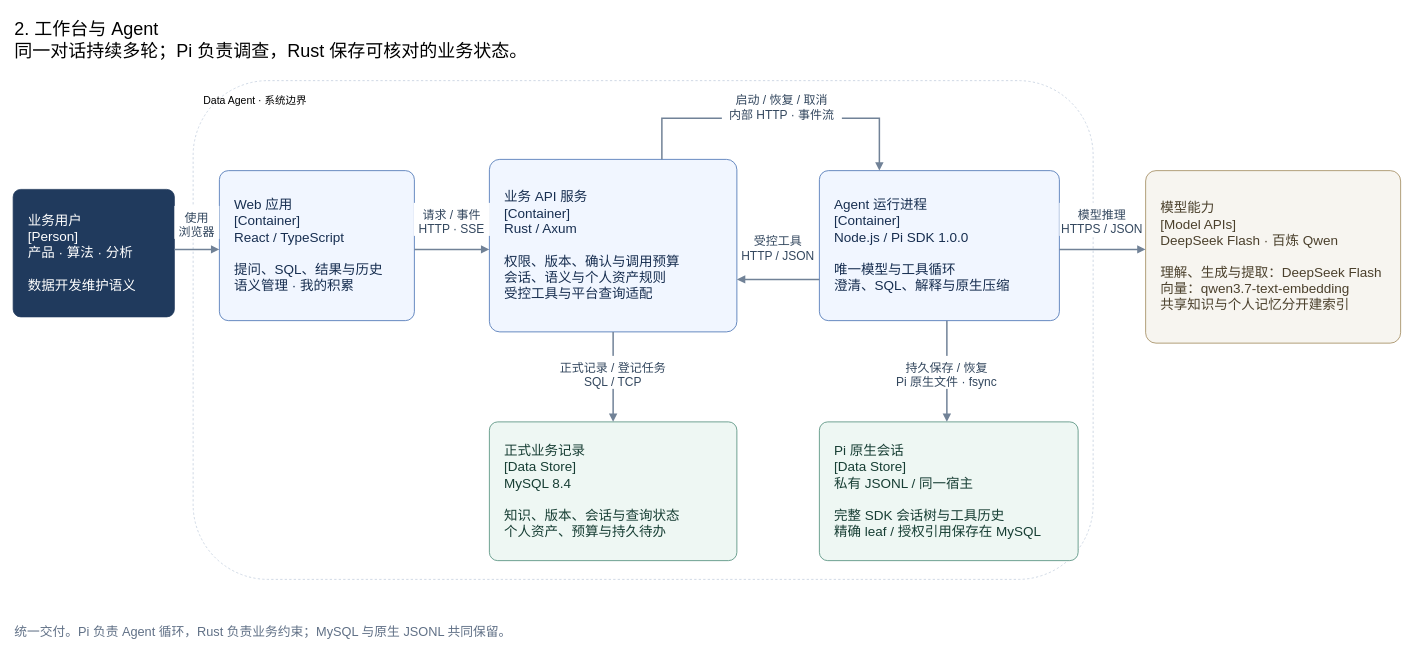
Above: page "工作台与 Agent" (2 of 4) of docs/architecture/data-agent-c4-container.drawio in yaoziyaoguai/data_agent (draw.io), before the change. Source tidied: cells renumbered, new cells numbered last; positions are measured from the earlier drawing's top-left corner, leaving out a move shared by most shapes. Both pictures are drawn from the tidied source at 75%, with x=0, y=0 at pixel (13, 13).
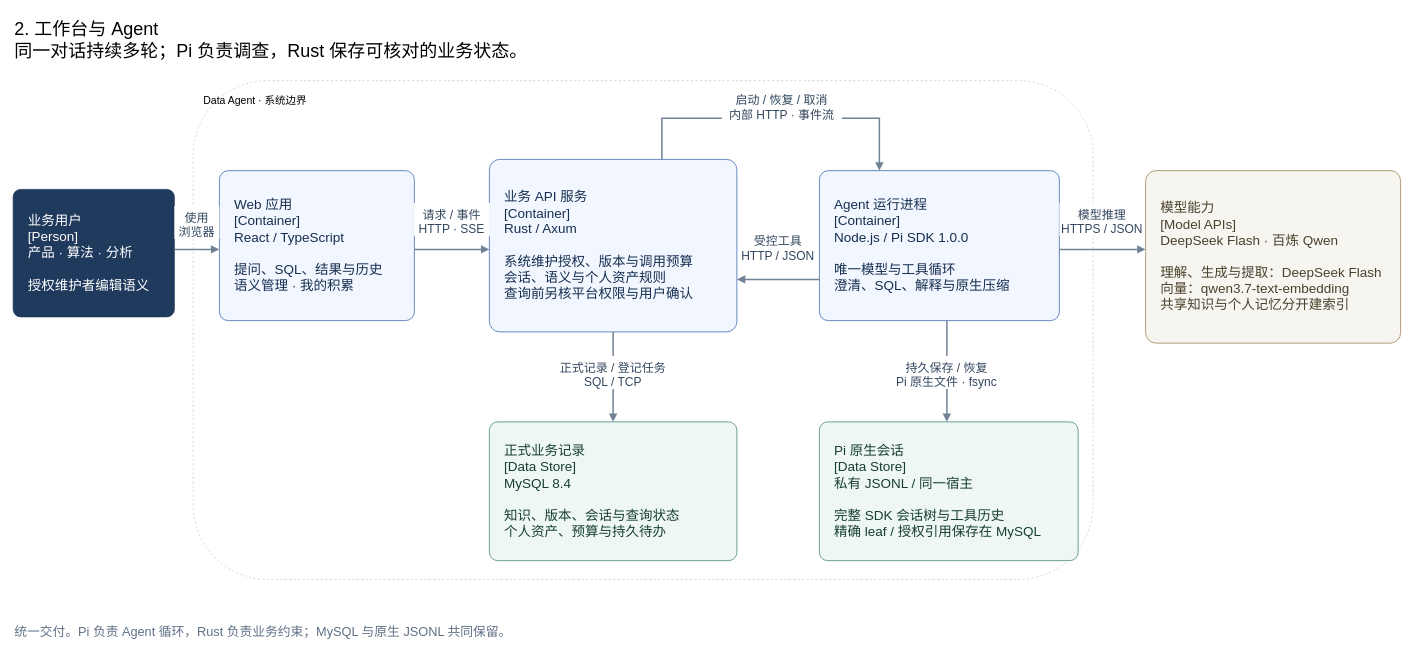
The same page after the edit.

What changed in the source:
```diff
@@
-    <mxCell id="4" value="业务用户&#10;[Person]&#10;产品 · 算法 · 分析&#10;&#10;数据开发维护语义" style="rounded=1;arcSize=6;whiteSpace=wrap;html=0;fillColor=#203a5d;strokeColor=#203a5d;fontColor=#ffffff;fontSize=18;fontFamily=PingFang SC;align=left;spacing=20;" parent="1" vertex="1">
+    <mxCell id="4" value="业务用户&#10;[Person]&#10;产品 · 算法 · 分析&#10;&#10;授权维护者编辑语义" style="rounded=1;arcSize=6;whiteSpace=wrap;html=0;fillColor=#203a5d;strokeColor=#203a5d;fontColor=#ffffff;fontSize=18;fontFamily=PingFang SC;align=left;spacing=20;" parent="1" vertex="1">
       <mxGeometry y="235" width="215" height="170" as="geometry" />
     </mxCell>
@@
-    <mxCell id="6" value="业务 API 服务&#10;[Container]&#10;Rust / Axum&#10;&#10;权限、版本、确认与调用预算&#10;会话、语义与个人资产规则&#10;受控工具与平台查询适配" style="rounded=1;arcSize=6;whiteSpace=wrap;html=0;fillColor=#f1f6ff;strokeColor=#3866ac;fontColor=#172e50;fontSize=18;fontFamily=PingFang SC;align=left;spacing=20;" parent="1" vertex="1">
+    <mxCell id="6" value="业务 API 服务&#10;[Container]&#10;Rust / Axum&#10;&#10;系统维护授权、版本与调用预算&#10;会话、语义与个人资产规则&#10;查询前另核平台权限与用户确认" style="rounded=1;arcSize=6;whiteSpace=wrap;html=0;fillColor=#f1f6ff;strokeColor=#3866ac;fontColor=#172e50;fontSize=18;fontFamily=PingFang SC;align=left;spacing=20;" parent="1" vertex="1">
       <mxGeometry x="635" y="195" width="330" height="230" as="geometry" />
     </mxCell>
```
